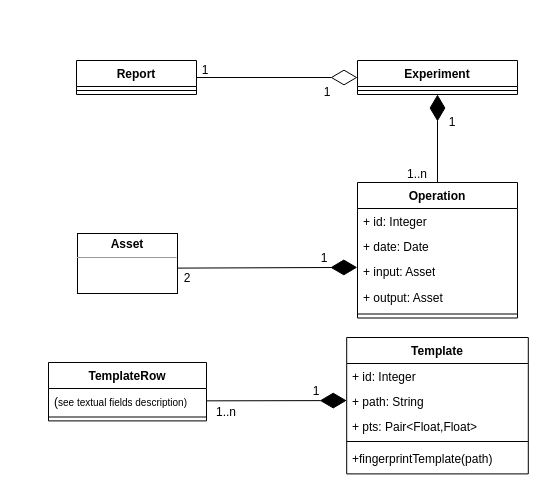
This is page "DataModeling" (10 of 11) of Docs/Diagrams.drawio.xml from okashaluai/Fingerprint-Biometric-Research-Tool, a draw.io file, before an edit. Source tidied: cells renumbered, new cells numbered last; positions are measured from the earlier drawing's top-left corner, leaving out a move shared by most shapes. Both pictures are drawn from the tidied source at 100%, with x=0, y=0 at pixel (48, 55).
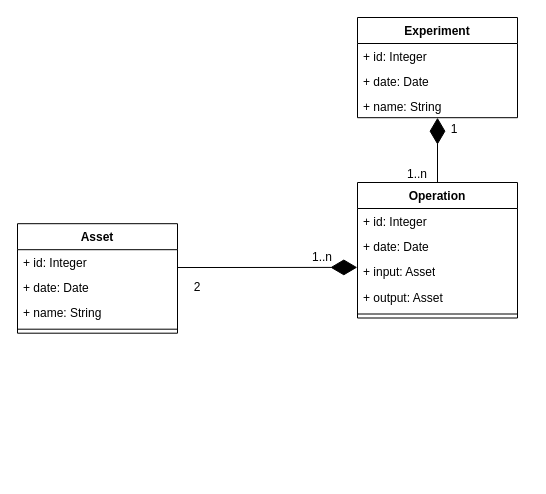
The same diagram, later.

Change to the diagram source:
```diff
@@
     <mxCell id="2" value="Experiment" style="swimlane;fontStyle=1;align=center;verticalAlign=top;horizontal=1;startSize=26;whiteSpace=wrap;html=1;" parent="1" vertex="1">
-      <mxGeometry x="309" y="5" width="160" height="34" as="geometry" />
+      <mxGeometry x="309" y="-38" width="160" height="100.2" as="geometry" />
     </mxCell>
-    <mxCell id="3" style="line;strokeWidth=1;fillColor=none;align=left;verticalAlign=middle;spacingTop=-1;spacingLeft=3;spacingRight=3;labelPosition=right;strokeColor=inherit;" parent="2" vertex="1">
-      <mxGeometry y="26" width="160" height="8" as="geometry" />
-    </mxCell>
-    <mxCell id="4" value="Report" style="swimlane;fontStyle=1;align=center;verticalAlign=top;horizontal=1;startSize=26;whiteSpace=wrap;html=1;" parent="1" vertex="1">
-      <mxGeometry x="28" y="5" width="120" height="34" as="geometry" />
-    </mxCell>
-    <mxCell id="5" style="line;strokeWidth=1;fillColor=none;align=left;verticalAlign=middle;spacingTop=-1;spacingLeft=3;spacingRight=3;labelPosition=right;strokeColor=inherit;" parent="4" vertex="1">
-      <mxGeometry y="26" width="120" height="8" as="geometry" />
-    </mxCell>
+    <mxCell id="34" value="+ id: Integer" style="text;strokeColor=none;fillColor=none;align=left;verticalAlign=top;spacingLeft=4;spacingRight=4;overflow=hidden;whiteSpace=wrap;html=1;" parent="2" vertex="1">
+      <mxGeometry y="26" width="160" height="24.7" as="geometry" />
+    </mxCell>
+    <mxCell id="35" value="+ date: Date" style="text;strokeColor=none;fillColor=none;align=left;verticalAlign=top;spacingLeft=4;spacingRight=4;overflow=hidden;whiteSpace=wrap;html=1;" parent="2" vertex="1">
+      <mxGeometry y="50.7" width="160" height="24.7" as="geometry" />
+    </mxCell>
+    <mxCell id="36" value="+ name: String" style="text;strokeColor=none;fillColor=none;align=left;verticalAlign=top;spacingLeft=4;spacingRight=4;overflow=hidden;whiteSpace=wrap;html=1;" parent="2" vertex="1">
+      <mxGeometry y="75.5" width="160" height="24.7" as="geometry" />
+    </mxCell>
@@
-    <mxCell id="12" style="endArrow=diamondThin;endFill=0;endSize=24;html=1;rounded=0;exitX=1;exitY=0.5;exitDx=0;exitDy=0;entryX=0;entryY=0.5;entryDx=0;entryDy=0;" parent="1" edge="1" source="4" target="2">
-      <mxGeometry relative="1" as="geometry" />
-    </mxCell>
-    <mxCell id="13" style="endArrow=diamondThin;endFill=1;endSize=24;html=1;rounded=0;exitX=0.991;exitY=0.577;exitDx=0;exitDy=0;entryX=0.997;entryY=0.663;entryDx=0;entryDy=0;exitPerimeter=0;entryPerimeter=0;" parent="1" edge="1" source="15">
+    <mxCell id="13" style="endArrow=diamondThin;endFill=1;endSize=24;html=1;rounded=0;exitX=1.001;exitY=0.722;exitDx=0;exitDy=0;entryX=0.997;entryY=0.663;entryDx=0;entryDy=0;exitPerimeter=0;entryPerimeter=0;" parent="1" edge="1" source="37">
       <mxGeometry relative="1" as="geometry">
         <mxPoint x="308.8" y="211.9" as="targetPoint" />
       </mxGeometry>
     </mxCell>
@@
-    <mxCell id="15" value="&lt;p style=&quot;margin:0px;margin-top:4px;text-align:center;&quot;&gt;&lt;b&gt;Asset&lt;/b&gt;&lt;br&gt;&lt;/p&gt;&lt;hr size=&quot;1&quot;&gt;&lt;p style=&quot;margin:0px;margin-left:4px;&quot;&gt;&lt;/p&gt;" style="verticalAlign=top;align=left;overflow=fill;fontSize=12;fontFamily=Helvetica;html=1;whiteSpace=wrap;" parent="1" vertex="1">
-      <mxGeometry x="29" y="178" width="100" height="60" as="geometry" />
-    </mxCell>
-    <mxCell id="16" value="1" style="text;html=1;align=center;verticalAlign=middle;whiteSpace=wrap;rounded=0;" parent="1" vertex="1">
-      <mxGeometry x="127" width="60" height="30" as="geometry" />
-    </mxCell>
-    <mxCell id="17" value="1" style="text;html=1;align=center;verticalAlign=middle;whiteSpace=wrap;rounded=0;" parent="1" vertex="1">
-      <mxGeometry x="249" y="22" width="60" height="30" as="geometry" />
-    </mxCell>
     <mxCell id="18" value="1" style="text;html=1;align=center;verticalAlign=middle;whiteSpace=wrap;rounded=0;" parent="1" vertex="1">
-      <mxGeometry x="374" y="52" width="60" height="30" as="geometry" />
+      <mxGeometry x="376" y="59" width="60" height="30" as="geometry" />
     </mxCell>
@@
     <mxCell id="20" value="2" style="text;html=1;align=center;verticalAlign=middle;whiteSpace=wrap;rounded=0;" parent="1" vertex="1">
-      <mxGeometry x="109" y="208" width="60" height="30" as="geometry" />
+      <mxGeometry x="119" y="217" width="60" height="30" as="geometry" />
     </mxCell>
-    <mxCell id="21" value="1" style="text;html=1;align=center;verticalAlign=middle;whiteSpace=wrap;rounded=0;" parent="1" vertex="1">
-      <mxGeometry x="246" y="188" width="60" height="30" as="geometry" />
+    <mxCell id="21" value="1..n" style="text;html=1;align=center;verticalAlign=middle;whiteSpace=wrap;rounded=0;" parent="1" vertex="1">
+      <mxGeometry x="244" y="187" width="60" height="30" as="geometry" />
     </mxCell>
-    <mxCell id="22" value="Template" style="swimlane;fontStyle=1;align=center;verticalAlign=top;horizontal=1;startSize=26;whiteSpace=wrap;html=1;" parent="1" vertex="1">
-      <mxGeometry x="298.2" y="282" width="181.6" height="136.4" as="geometry" />
-    </mxCell>
-    <mxCell id="23" value="+ id: Integer" style="text;strokeColor=none;fillColor=none;align=left;verticalAlign=top;spacingLeft=4;spacingRight=4;overflow=hidden;whiteSpace=wrap;html=1;" parent="22" vertex="1">
-      <mxGeometry y="26" width="181.6" height="24.7" as="geometry" />
-    </mxCell>
-    <mxCell id="24" value="+ path: String" style="text;strokeColor=none;fillColor=none;align=left;verticalAlign=top;spacingLeft=4;spacingRight=4;overflow=hidden;points=[[0,0.5],[1,0.5]];portConstraint=eastwest;whiteSpace=wrap;html=1;" parent="22" vertex="1">
-      <mxGeometry y="50.7" width="181.6" height="24.7" as="geometry" />
-    </mxCell>
-    <mxCell id="25" value="+ pts: Pair&amp;lt;Float,Float&amp;gt;" style="text;strokeColor=none;fillColor=none;align=left;verticalAlign=top;spacingLeft=4;spacingRight=4;overflow=hidden;whiteSpace=wrap;html=1;" parent="22" vertex="1">
-      <mxGeometry y="75.5" width="181.6" height="24.7" as="geometry" />
-    </mxCell>
-    <mxCell id="26" style="line;strokeWidth=1;fillColor=none;align=left;verticalAlign=middle;spacingTop=-1;spacingLeft=3;spacingRight=3;labelPosition=right;strokeColor=inherit;" parent="22" vertex="1">
-      <mxGeometry y="100.2" width="181.6" height="7.6" as="geometry" />
-    </mxCell>
-    <mxCell id="27" value="+fingerprintTemplate(path)" style="text;strokeColor=none;fillColor=none;align=left;verticalAlign=top;spacingLeft=4;spacingRight=4;overflow=hidden;whiteSpace=wrap;html=1;" parent="22" vertex="1">
-      <mxGeometry y="107.9" width="181.6" height="28.6" as="geometry" />
-    </mxCell>
-    <mxCell id="28" value="TemplateRow" style="swimlane;fontStyle=1;align=center;verticalAlign=top;horizontal=1;startSize=26;whiteSpace=wrap;html=1;" parent="1" vertex="1">
-      <mxGeometry y="307" width="158" height="58.4" as="geometry" />
-    </mxCell>
-    <mxCell id="29" value="(&lt;font style=&quot;font-size: 10px;&quot;&gt;see textual fields description)&lt;/font&gt; " style="text;strokeColor=none;fillColor=none;align=left;verticalAlign=top;spacingLeft=4;spacingRight=4;overflow=hidden;points=[[0,0.5],[1,0.5]];portConstraint=eastwest;whiteSpace=wrap;html=1;" parent="28" vertex="1">
-      <mxGeometry y="26" width="158" height="24.7" as="geometry" />
-    </mxCell>
-    <mxCell id="30" style="line;strokeWidth=1;fillColor=none;align=left;verticalAlign=middle;spacingTop=-1;spacingLeft=3;spacingRight=3;labelPosition=right;strokeColor=inherit;" parent="28" vertex="1">
-      <mxGeometry y="50.7" width="158" height="7.6" as="geometry" />
-    </mxCell>
-    <mxCell id="31" style="endArrow=diamondThin;endFill=1;endSize=24;html=1;rounded=0;exitX=1;exitY=0.5;exitDx=0;exitDy=0;entryX=0;entryY=0.5;entryDx=0;entryDy=0;" parent="1" edge="1" source="29" target="24">
-      <mxGeometry relative="1" as="geometry" />
-    </mxCell>
-    <mxCell id="32" value="1" style="text;html=1;align=center;verticalAlign=middle;whiteSpace=wrap;rounded=0;" parent="1" vertex="1">
-      <mxGeometry x="238" y="321" width="60" height="30" as="geometry" />
-    </mxCell>
-    <mxCell id="33" value="1..n" style="text;html=1;align=center;verticalAlign=middle;whiteSpace=wrap;rounded=0;" parent="1" vertex="1">
-      <mxGeometry x="148" y="342" width="60" height="30" as="geometry" />
-    </mxCell>
+    <mxCell id="15" value="Asset" style="swimlane;fontStyle=1;align=center;verticalAlign=top;horizontal=1;startSize=26;whiteSpace=wrap;html=1;" parent="1" vertex="1">
+      <mxGeometry x="-31" y="168.2" width="160" height="109.5" as="geometry" />
+    </mxCell>
+    <mxCell id="37" value="+ id: Integer" style="text;strokeColor=none;fillColor=none;align=left;verticalAlign=top;spacingLeft=4;spacingRight=4;overflow=hidden;points=[[0,0.5],[1,0.5]];portConstraint=eastwest;whiteSpace=wrap;html=1;" parent="15" vertex="1">
+      <mxGeometry y="26" width="160" height="24.7" as="geometry" />
+    </mxCell>
+    <mxCell id="38" value="+ date: Date" style="text;strokeColor=none;fillColor=none;align=left;verticalAlign=top;spacingLeft=4;spacingRight=4;overflow=hidden;whiteSpace=wrap;html=1;" parent="15" vertex="1">
+      <mxGeometry y="50.7" width="160" height="24.7" as="geometry" />
+    </mxCell>
+    <mxCell id="39" value="+ name: String" style="text;strokeColor=none;fillColor=none;align=left;verticalAlign=top;spacingLeft=4;spacingRight=4;overflow=hidden;whiteSpace=wrap;html=1;" parent="15" vertex="1">
+      <mxGeometry y="75.5" width="160" height="26" as="geometry" />
+    </mxCell>
+    <mxCell id="40" style="line;strokeWidth=1;fillColor=none;align=left;verticalAlign=middle;spacingTop=-1;spacingLeft=3;spacingRight=3;labelPosition=right;strokeColor=inherit;" parent="15" vertex="1">
+      <mxGeometry y="101.5" width="160" height="8" as="geometry" />
+    </mxCell>
```
